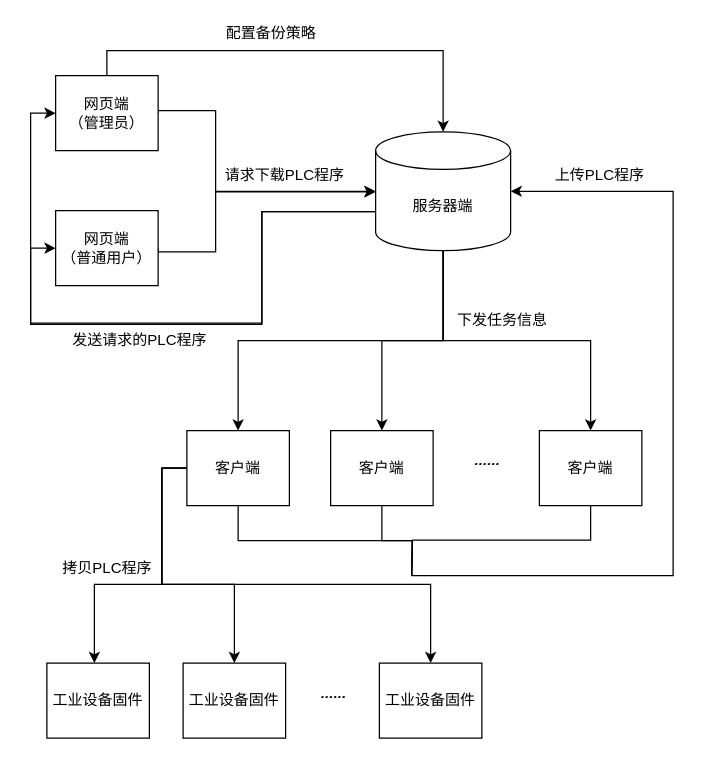
Before: patent1.drawio in Alpha-Girl/drawio, a draw.io diagram. Source tidied: cells renumbered, new cells numbered last; positions are measured from the earlier drawing's top-left corner, leaving out a move shared by most shapes. Both pictures are drawn from the tidied source at 125%, with x=0, y=0 at pixel (30, 21).
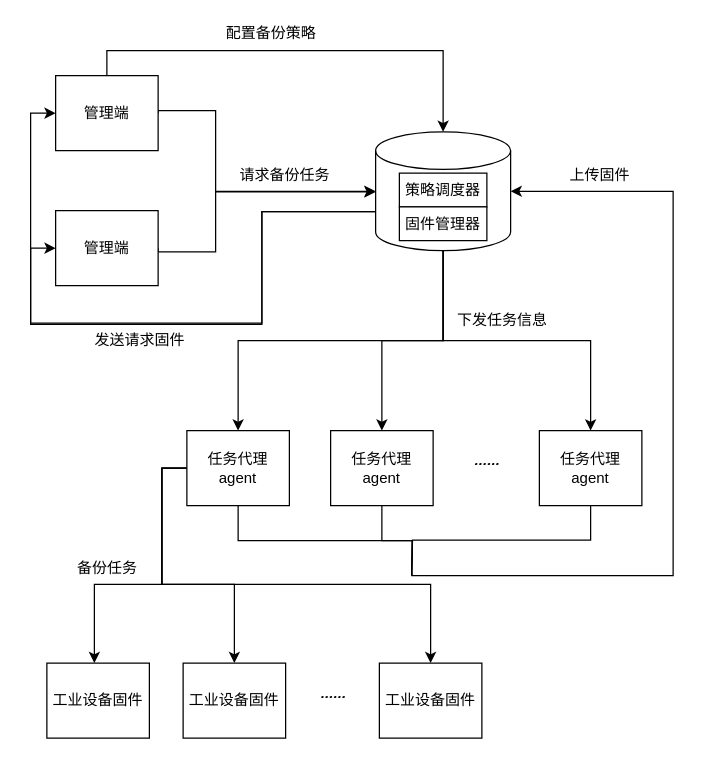
Above is the later version.

What changed in the source:
```diff
@@
-    <mxCell id="4" value="网页端&lt;br&gt;（管理员）" style="rounded=0;whiteSpace=wrap;html=1;" parent="1" vertex="1">
+    <mxCell id="4" value="管理端" style="rounded=0;whiteSpace=wrap;html=1;" parent="1" vertex="1">
       <mxGeometry x="20" y="43" width="82" height="60" as="geometry" />
     </mxCell>
@@
-    <mxCell id="6" value="网页端&lt;br&gt;（普通用户）" style="rounded=0;whiteSpace=wrap;html=1;" parent="1" vertex="1">
+    <mxCell id="6" value="管理端" style="rounded=0;whiteSpace=wrap;html=1;" parent="1" vertex="1">
       <mxGeometry x="20" y="151" width="82" height="60" as="geometry" />
     </mxCell>
@@
-    <mxCell id="12" value="服务器端" style="shape=cylinder3;whiteSpace=wrap;html=1;boundedLbl=1;backgroundOutline=1;size=15;" parent="1" vertex="1">
+    <mxCell id="12" style="shape=cylinder3;whiteSpace=wrap;html=1;boundedLbl=1;backgroundOutline=1;size=15;" parent="1" vertex="1">
       <mxGeometry x="276" y="88" width="108" height="95" as="geometry" />
     </mxCell>
-    <mxCell id="13" value="请求下载PLC程序" style="text;html=1;align=center;verticalAlign=middle;fillColor=none;strokeColor=none;rounded=0;" parent="1" vertex="1">
-      <mxGeometry x="150" y="114" width="105" height="18" as="geometry" />
+    <mxCell id="13" value="请求备份任务" style="text;html=1;align=center;verticalAlign=middle;fillColor=none;strokeColor=none;rounded=0;" parent="1" vertex="1">
+      <mxGeometry x="162" y="114" width="82" height="18" as="geometry" />
     </mxCell>
-    <mxCell id="14" value="发送请求的PLC程序" style="text;html=1;align=center;verticalAlign=middle;fillColor=none;strokeColor=none;rounded=0;" parent="1" vertex="1">
-      <mxGeometry x="28" y="246" width="117" height="18" as="geometry" />
+    <mxCell id="14" value="发送请求固件" style="text;html=1;align=center;verticalAlign=middle;fillColor=none;strokeColor=none;rounded=0;" parent="1" vertex="1">
+      <mxGeometry x="46" y="246" width="82" height="18" as="geometry" />
     </mxCell>
@@
-    <mxCell id="20" value="客户端" style="rounded=0;whiteSpace=wrap;html=1;" parent="1" vertex="1">
+    <mxCell id="20" value="任务代理&lt;br&gt;agent" style="rounded=0;whiteSpace=wrap;html=1;" parent="1" vertex="1">
       <mxGeometry x="125" y="327" width="82" height="60" as="geometry" />
     </mxCell>
@@
-    <mxCell id="22" value="客户端" style="rounded=0;whiteSpace=wrap;html=1;" parent="1" vertex="1">
+    <mxCell id="22" value="任务代理&lt;br&gt;agent" style="rounded=0;whiteSpace=wrap;html=1;" parent="1" vertex="1">
       <mxGeometry x="240" y="327" width="82" height="60" as="geometry" />
     </mxCell>
@@
-    <mxCell id="24" value="客户端" style="rounded=0;whiteSpace=wrap;html=1;" parent="1" vertex="1">
+    <mxCell id="24" value="任务代理&lt;br&gt;agent" style="rounded=0;whiteSpace=wrap;html=1;" parent="1" vertex="1">
       <mxGeometry x="407" y="327" width="82" height="60" as="geometry" />
     </mxCell>
@@
-    <mxCell id="28" value="上传PLC程序" style="text;html=1;align=center;verticalAlign=middle;fillColor=none;strokeColor=none;rounded=0;" parent="1" vertex="1">
-      <mxGeometry x="414" y="114" width="81" height="18" as="geometry" />
+    <mxCell id="28" value="上传固件" style="text;html=1;align=center;verticalAlign=middle;fillColor=none;strokeColor=none;rounded=0;" parent="1" vertex="1">
+      <mxGeometry x="426" y="114" width="58" height="18" as="geometry" />
     </mxCell>
@@
-    <mxCell id="33" value="拷贝PLC程序" style="text;html=1;align=center;verticalAlign=middle;fillColor=none;strokeColor=none;rounded=0;" parent="1" vertex="1">
-      <mxGeometry x="20" y="428" width="81" height="18" as="geometry" />
+    <mxCell id="33" value="备份任务" style="text;html=1;align=center;verticalAlign=middle;fillColor=none;strokeColor=none;rounded=0;" parent="1" vertex="1">
+      <mxGeometry x="32" y="428" width="58" height="18" as="geometry" />
     </mxCell>
+    <mxCell id="34" value="策略调度器" style="rounded=0;whiteSpace=wrap;html=1;" parent="1" vertex="1">
+      <mxGeometry x="295" y="121" width="70" height="27" as="geometry" />
+    </mxCell>
+    <mxCell id="35" value="固件管理器" style="rounded=0;whiteSpace=wrap;html=1;" parent="1" vertex="1">
+      <mxGeometry x="295" y="148" width="70" height="27" as="geometry" />
+    </mxCell>
```
